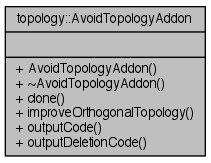
This is documentation/classtopology_1_1AvoidTopologyAddon__coll__graph.png from mjwybrow/adaptagrams, a Graphviz export, as it was before one commit. Its source is kept beside it as documentation/classtopology_1_1AvoidTopologyAddon__coll__graph.dot.
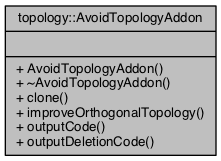
The same file after the commit.

What changed in the source:
```diff
@@ -2,5 +2,5 @@
 {
   edge [fontname="Helvetica",fontsize="10",labelfontname="Helvetica",labelfontsize="10"];
   node [fontname="Helvetica",fontsize="10",shape=record];
-  Node1 [label="{topology::AvoidTopologyAddon\n||+ AvoidTopologyAddon()\l+ ~AvoidTopologyAddon()\l+ clone()\l+ improveOrthogonalTopology()\l+ outputCode()\l+ outputDeletionCode()\l}",height=0.2,width=0.4,color="black", fillcolor="grey75", style="filled" fontcolor="black"];
+  Node1 [label="{topology::AvoidTopologyAddon\n||+ AvoidTopologyAddon()\l+ ~AvoidTopologyAddon()\l+ clone()\l+ improveOrthogonalTopology()\l+ outputCode()\l+ outputDeletionCode()\l}",height=0.2,width=0.4,color="black", fillcolor="grey75", style="filled", fontcolor="black"];
 }
```
